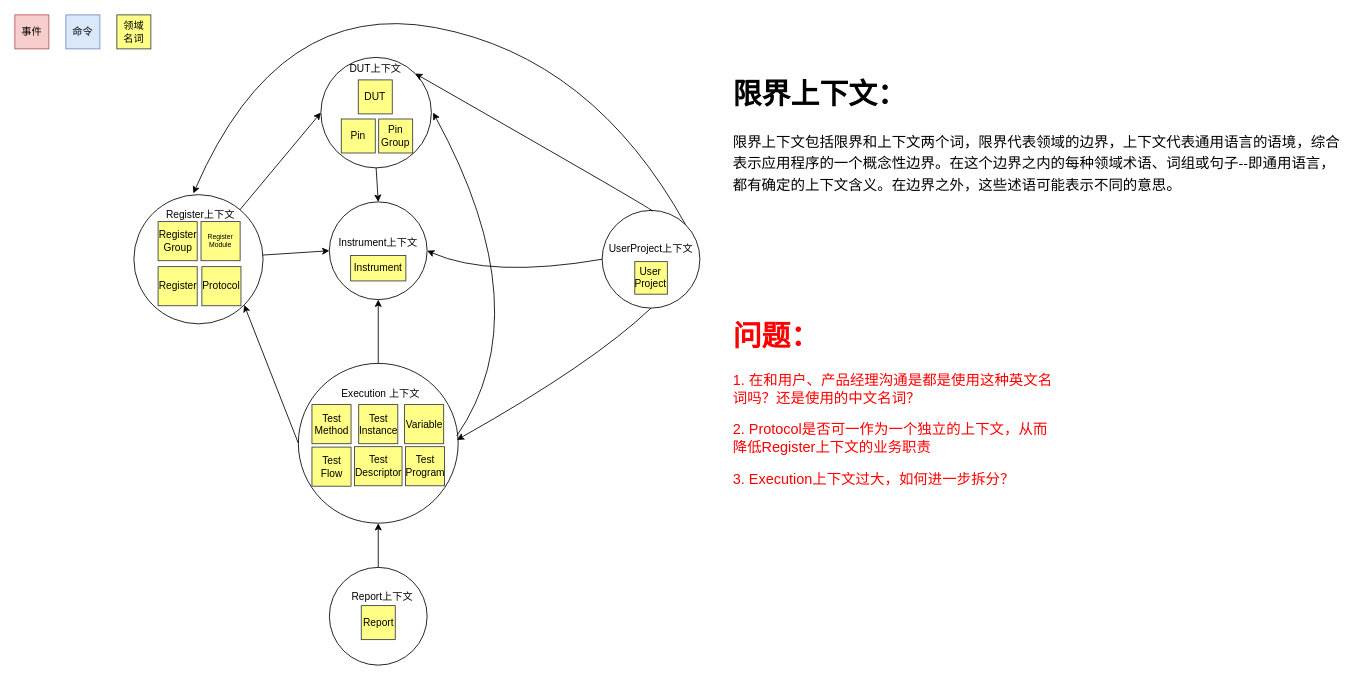
liulijun-dev/gb keeps this draw.io diagram as page "限界上下文依赖关系（战略设计）" (5 of 7) of ddd/Copy of gb_ddd_event_storm.drawio. Above is the earlier version. Source tidied: cells renumbered, new cells numbered last; positions are measured from the earlier drawing's top-left corner, leaving out a move shared by most shapes. Both pictures are drawn from the tidied source at 85%, with x=0, y=0 at pixel (14, -3).
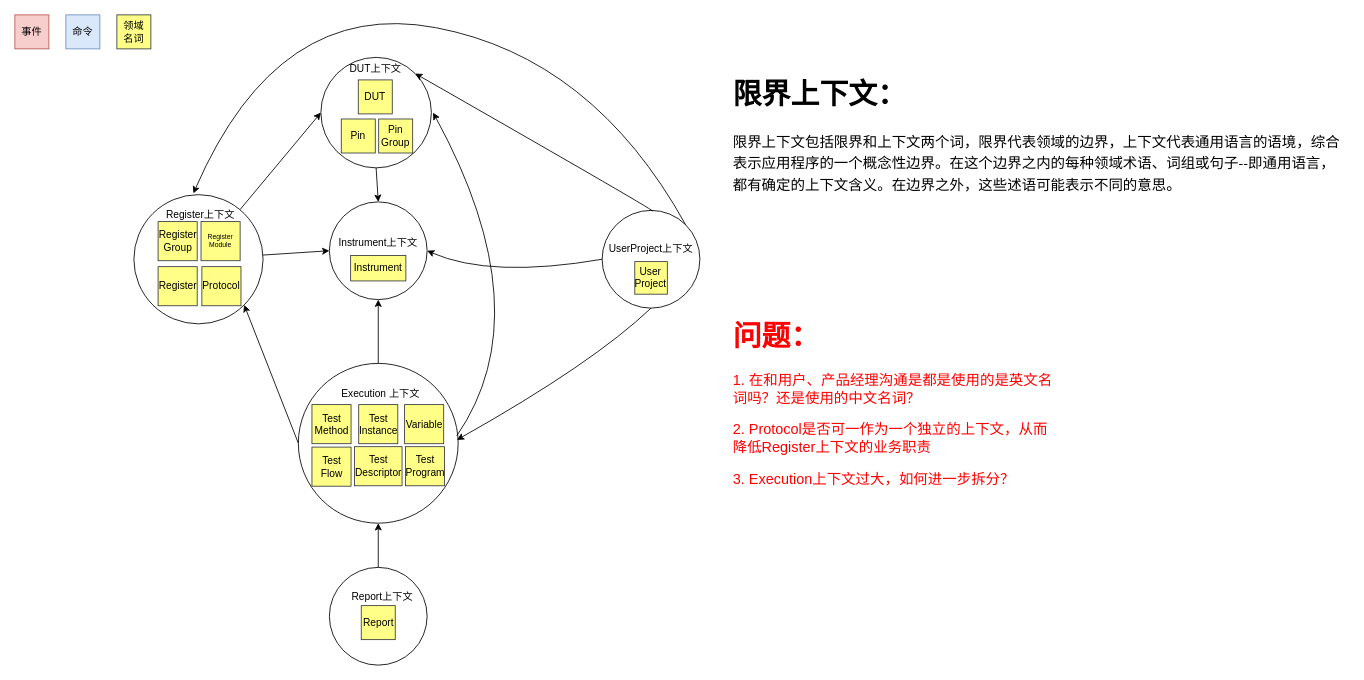
Above is the later version.

What changed in the source:
```diff
@@
-    <mxCell id="51" value="&lt;h1&gt;问题：&lt;/h1&gt;&lt;p&gt;1. 在和用户、产品经理沟通是都是使用这种英文名词吗？还是使用的中文名词？&lt;/p&gt;&lt;p&gt;2. Protocol是否可一作为一个独立的上下文，从而降低Register上下文的业务职责&lt;/p&gt;&lt;p&gt;3. Execution上下文过大，如何进一步拆分？&lt;/p&gt;&lt;p&gt;&lt;br&gt;&lt;/p&gt;" style="text;html=1;strokeColor=none;fillColor=none;spacing=5;spacingTop=-20;whiteSpace=wrap;overflow=hidden;rounded=0;fontSize=17;fontColor=#FF0000;" parent="1" vertex="1">
+    <mxCell id="51" value="&lt;h1&gt;问题：&lt;/h1&gt;&lt;p&gt;1. 在和用户、产品经理沟通是都是使用的是英文名词吗？还是使用的中文名词？&lt;/p&gt;&lt;p&gt;2. Protocol是否可一作为一个独立的上下文，从而降低Register上下文的业务职责&lt;/p&gt;&lt;p&gt;3. Execution上下文过大，如何进一步拆分？&lt;/p&gt;&lt;p&gt;&lt;br&gt;&lt;/p&gt;" style="text;html=1;strokeColor=none;fillColor=none;spacing=5;spacingTop=-20;whiteSpace=wrap;overflow=hidden;rounded=0;fontSize=17;fontColor=#FF0000;" parent="1" vertex="1">
       <mxGeometry x="840" y="365" width="390" height="225" as="geometry" />
     </mxCell>
```
